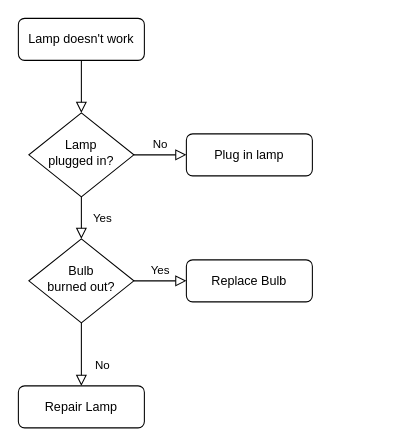
Above: Untitled Diagram.drawio in lianchuanjie/diagrams (draw.io), before the change. Source tidied: cells renumbered, new cells numbered last; positions are measured from the earlier drawing's top-left corner, leaving out a move shared by most shapes. Both pictures are drawn from the tidied source at 105%, with x=0, y=0 at pixel (18, 18).
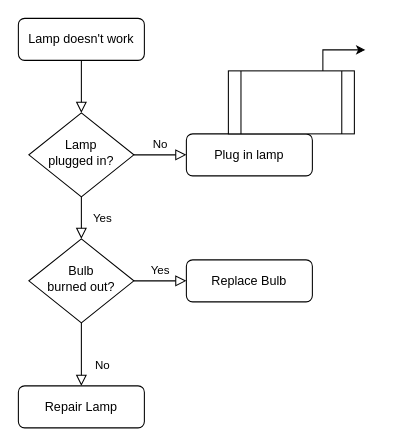
Above is the later version.

Diff of the diagram source:
```diff
@@
 <mxGraphModel>
   <root>
     <mxCell id="0" />
     <mxCell id="1" parent="0" />
     <mxCell id="2" style="rounded=0;html=1;jettySize=auto;fontSize=11;endArrow=block;endFill=0;endSize=8;strokeWidth=1;shadow=0;labelBackgroundColor=none;edgeStyle=orthogonalEdgeStyle;" parent="1" edge="1" source="3" target="6">
       <mxGeometry relative="1" as="geometry" />
     </mxCell>
     <mxCell id="3" value="Lamp doesn't work" style="rounded=1;whiteSpace=wrap;html=1;fontSize=12;glass=0;strokeWidth=1;shadow=0;" parent="1" vertex="1">
       <mxGeometry width="120" height="40" as="geometry" />
     </mxCell>
     <mxCell id="4" value="Yes" style="rounded=0;html=1;jettySize=auto;fontSize=11;endArrow=block;endFill=0;endSize=8;strokeWidth=1;shadow=0;labelBackgroundColor=none;edgeStyle=orthogonalEdgeStyle;" parent="1" edge="1" source="6" target="10">
       <mxGeometry y="20" relative="1" as="geometry" />
     </mxCell>
     <mxCell id="5" value="No" style="edgeStyle=orthogonalEdgeStyle;rounded=0;html=1;jettySize=auto;fontSize=11;endArrow=block;endFill=0;endSize=8;strokeWidth=1;shadow=0;labelBackgroundColor=none;" parent="1" edge="1" source="6" target="7">
       <mxGeometry y="10" relative="1" as="geometry" />
     </mxCell>
     <mxCell id="6" value="Lamp&lt;br&gt;plugged in?" style="rhombus;whiteSpace=wrap;html=1;shadow=0;fontFamily=Helvetica;fontSize=12;align=center;strokeWidth=1;spacing=6;spacingTop=-4;" parent="1" vertex="1">
       <mxGeometry x="10" y="90" width="100" height="80" as="geometry" />
     </mxCell>
     <mxCell id="7" value="Plug in lamp" style="rounded=1;whiteSpace=wrap;html=1;fontSize=12;glass=0;strokeWidth=1;shadow=0;" parent="1" vertex="1">
       <mxGeometry x="160" y="110" width="120" height="40" as="geometry" />
     </mxCell>
     <mxCell id="8" value="No" style="rounded=0;html=1;jettySize=auto;fontSize=11;endArrow=block;endFill=0;endSize=8;strokeWidth=1;shadow=0;labelBackgroundColor=none;edgeStyle=orthogonalEdgeStyle;" parent="1" edge="1" source="10" target="11">
       <mxGeometry x="0.33" y="20" relative="1" as="geometry" />
     </mxCell>
     <mxCell id="9" value="Yes" style="edgeStyle=orthogonalEdgeStyle;rounded=0;html=1;jettySize=auto;fontSize=11;endArrow=block;endFill=0;endSize=8;strokeWidth=1;shadow=0;labelBackgroundColor=none;" parent="1" edge="1" source="10" target="12">
       <mxGeometry y="10" relative="1" as="geometry" />
     </mxCell>
     <mxCell id="10" value="Bulb&lt;br&gt;burned out?" style="rhombus;whiteSpace=wrap;html=1;shadow=0;fontFamily=Helvetica;fontSize=12;align=center;strokeWidth=1;spacing=6;spacingTop=-4;" parent="1" vertex="1">
       <mxGeometry x="10" y="210" width="100" height="80" as="geometry" />
     </mxCell>
     <mxCell id="11" value="Repair Lamp" style="rounded=1;whiteSpace=wrap;html=1;fontSize=12;glass=0;strokeWidth=1;shadow=0;" parent="1" vertex="1">
       <mxGeometry y="350" width="120" height="40" as="geometry" />
     </mxCell>
     <mxCell id="12" value="Replace Bulb" style="rounded=1;whiteSpace=wrap;html=1;fontSize=12;glass=0;strokeWidth=1;shadow=0;" parent="1" vertex="1">
       <mxGeometry x="160" y="230" width="120" height="40" as="geometry" />
     </mxCell>
+    <mxCell id="13" style="edgeStyle=orthogonalEdgeStyle;rounded=0;jettySize=auto;html=1;exitX=0.75;exitY=0;exitDx=0;exitDy=0;" parent="1" edge="1" source="14">
+      <mxGeometry relative="1" as="geometry">
+        <mxPoint x="330" y="30" as="targetPoint" />
+      </mxGeometry>
+    </mxCell>
+    <mxCell id="14" style="shape=process;whiteSpace=wrap;html=1;backgroundOutline=1;" parent="1" vertex="1">
+      <mxGeometry x="200" y="50" width="120" height="60" as="geometry" />
+    </mxCell>
   </root>
 </mxGraphModel>
```
